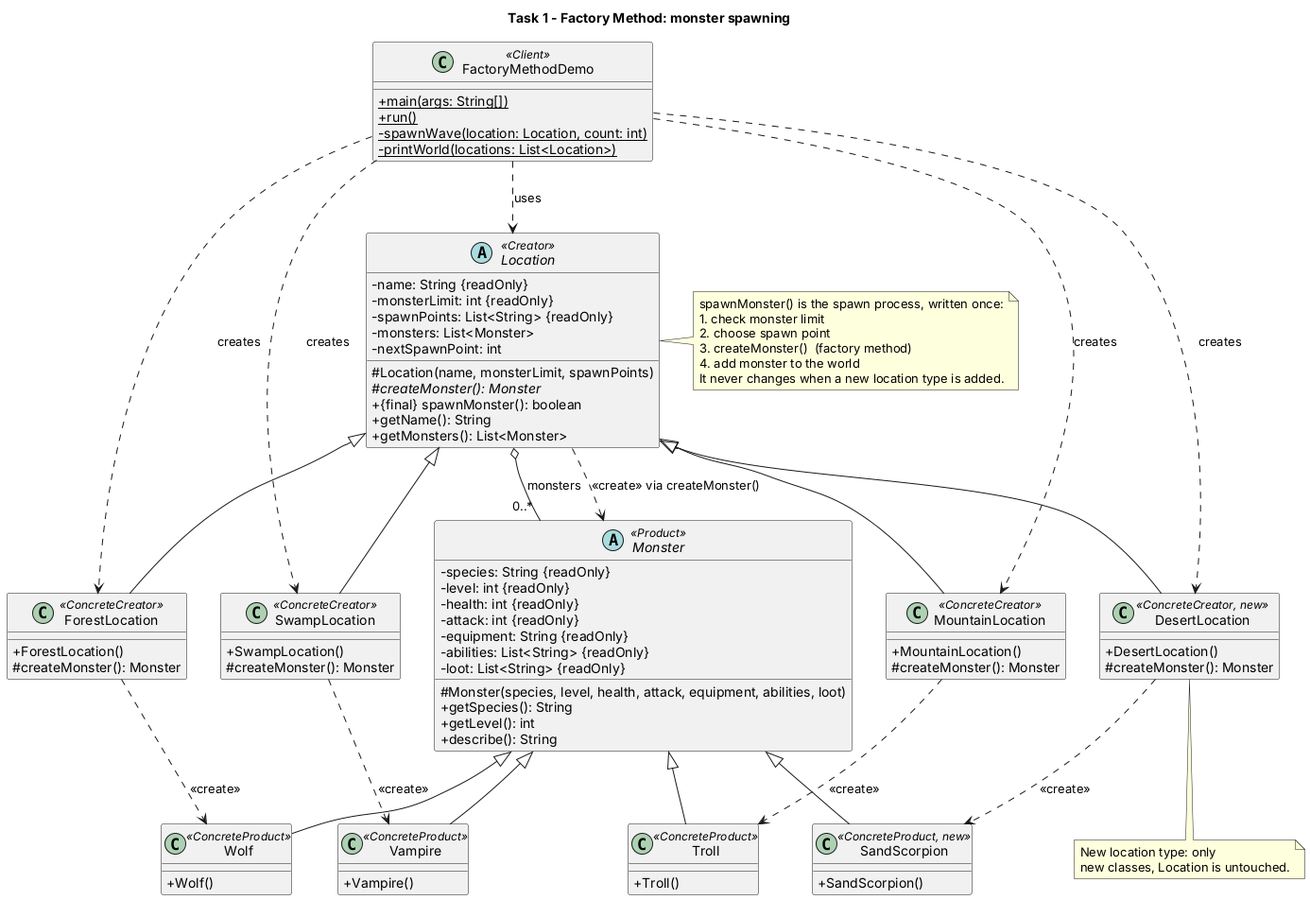
UlianaPostevka06/team_C-Java keeps this PlantUML diagram as Lab10/diagrams/task1_factory_method.png. Above is the earlier version. The source it was exported from:
```plantuml
@startuml task1_factory_method
title Task 1 - Factory Method: monster spawning
skinparam classAttributeIconSize 0
skinparam shadowing false

abstract class Location <<Creator>> {
  - name: String {readOnly}
  - monsterLimit: int {readOnly}
  - spawnPoints: List<String> {readOnly}
  - monsters: List<Monster>
  - nextSpawnPoint: int
  # Location(name, monsterLimit, spawnPoints)
  # {abstract} createMonster(): Monster
  + {final} spawnMonster(): boolean
  + getName(): String
  + getMonsters(): List<Monster>
}

class ForestLocation <<ConcreteCreator>> {
  + ForestLocation()
  # createMonster(): Monster
}

class SwampLocation <<ConcreteCreator>> {
  + SwampLocation()
  # createMonster(): Monster
}

class MountainLocation <<ConcreteCreator>> {
  + MountainLocation()
  # createMonster(): Monster
}

class DesertLocation <<ConcreteCreator, new>> {
  + DesertLocation()
  # createMonster(): Monster
}

abstract class Monster <<Product>> {
  - species: String {readOnly}
  - level: int {readOnly}
  - health: int {readOnly}
  - attack: int {readOnly}
  - equipment: String {readOnly}
  - abilities: List<String> {readOnly}
  - loot: List<String> {readOnly}
  # Monster(species, level, health, attack, equipment, abilities, loot)
  + getSpecies(): String
  + getLevel(): int
  + describe(): String
}

class Wolf <<ConcreteProduct>> {
  + Wolf()
}

class Vampire <<ConcreteProduct>> {
  + Vampire()
}

class Troll <<ConcreteProduct>> {
  + Troll()
}

class SandScorpion <<ConcreteProduct, new>> {
  + SandScorpion()
}

class FactoryMethodDemo <<Client>> {
  + {static} main(args: String[])
  + {static} run()
  - {static} spawnWave(location: Location, count: int)
  - {static} printWorld(locations: List<Location>)
}

Location <|-- ForestLocation
Location <|-- SwampLocation
Location <|-- MountainLocation
Location <|-- DesertLocation

Monster <|-- Wolf
Monster <|-- Vampire
Monster <|-- Troll
Monster <|-- SandScorpion

Location o-- "0..*" Monster : monsters
Location ..> Monster : <<create>> via createMonster()

ForestLocation ..> Wolf : <<create>>
SwampLocation ..> Vampire : <<create>>
MountainLocation ..> Troll : <<create>>
DesertLocation ..> SandScorpion : <<create>>

FactoryMethodDemo ..> Location : uses
FactoryMethodDemo ..> ForestLocation : creates
FactoryMethodDemo ..> SwampLocation : creates
FactoryMethodDemo ..> MountainLocation : creates
FactoryMethodDemo ..> DesertLocation : creates

note right of Location
  spawnMonster() is the spawn process, written once:
  1. check monster limit
  2. choose spawn point
  3. createMonster()  (factory method)
  4. add monster to the world
  It never changes when a new location type is added.
end note

note bottom of DesertLocation
  New location type: only
  new classes, Location is untouched.
end note
@enduml
```
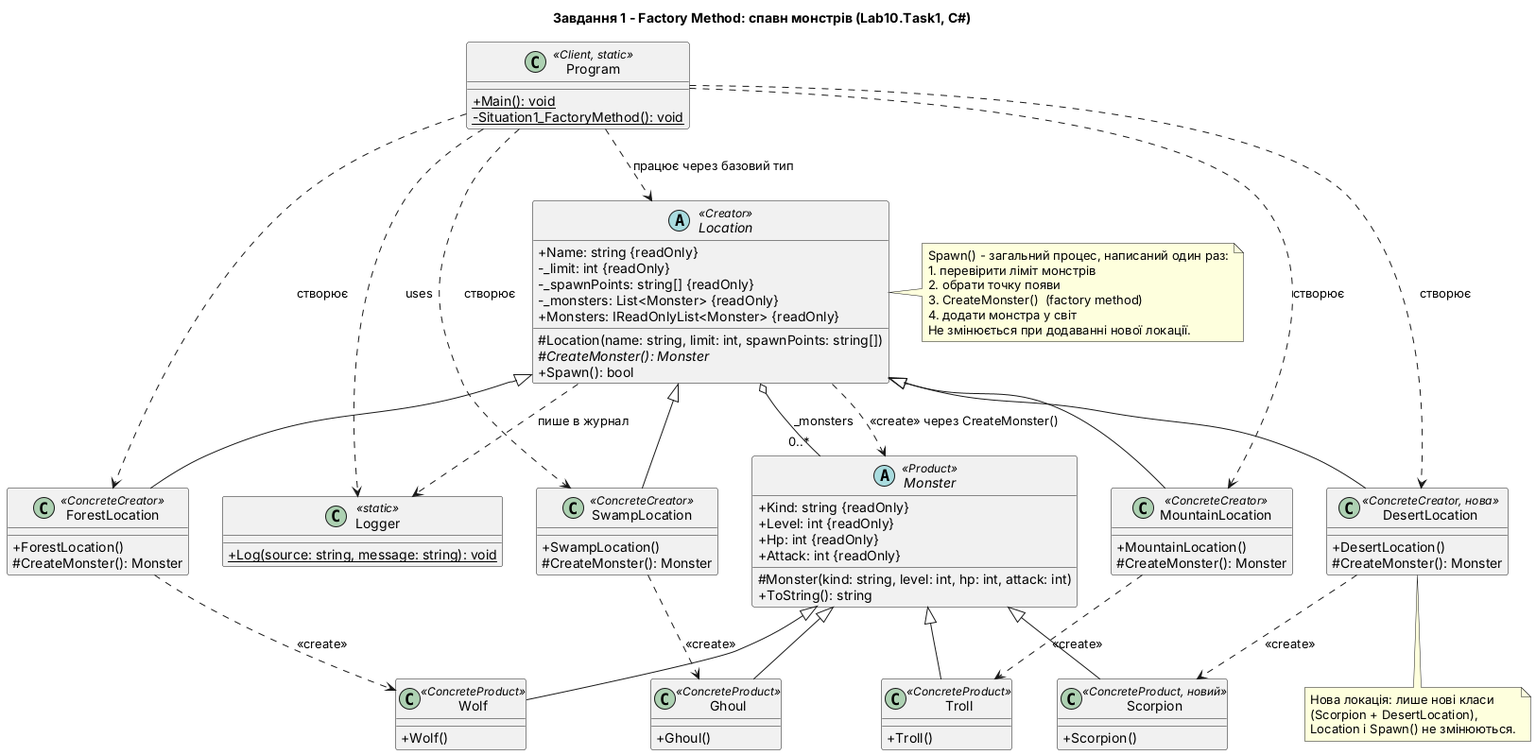
Later version of the same file.

Commit message:
update diagrams for lab10

What changed in the source:
```diff
@@ -1,76 +1,71 @@
-@startuml task1_factory_method
-title Task 1 - Factory Method: monster spawning
+@startuml task1_factory_method_cs
+title Завдання 1 - Factory Method: спавн монстрів (Lab10.Task1, C#)
 skinparam classAttributeIconSize 0
 skinparam shadowing false
 
+class Logger <<static>> {
+  + {static} Log(source: string, message: string): void
+}
+
 abstract class Location <<Creator>> {
-  - name: String {readOnly}
-  - monsterLimit: int {readOnly}
-  - spawnPoints: List<String> {readOnly}
-  - monsters: List<Monster>
-  - nextSpawnPoint: int
-  # Location(name, monsterLimit, spawnPoints)
-  # {abstract} createMonster(): Monster
-  + {final} spawnMonster(): boolean
-  + getName(): String
-  + getMonsters(): List<Monster>
+  + Name: string {readOnly}
+  - _limit: int {readOnly}
+  - _spawnPoints: string[] {readOnly}
+  - _monsters: List<Monster> {readOnly}
+  + Monsters: IReadOnlyList<Monster> {readOnly}
+  # Location(name: string, limit: int, spawnPoints: string[])
+  # {abstract} CreateMonster(): Monster
+  + Spawn(): bool
 }
 
 class ForestLocation <<ConcreteCreator>> {
   + ForestLocation()
-  # createMonster(): Monster
+  # CreateMonster(): Monster
 }
 
 class SwampLocation <<ConcreteCreator>> {
   + SwampLocation()
-  # createMonster(): Monster
+  # CreateMonster(): Monster
 }
 
 class MountainLocation <<ConcreteCreator>> {
   + MountainLocation()
-  # createMonster(): Monster
+  # CreateMonster(): Monster
 }
 
-class DesertLocation <<ConcreteCreator, new>> {
+class DesertLocation <<ConcreteCreator, нова>> {
   + DesertLocation()
-  # createMonster(): Monster
+  # CreateMonster(): Monster
 }
 
 abstract class Monster <<Product>> {
-  - species: String {readOnly}
-  - level: int {readOnly}
-  - health: int {readOnly}
-  - attack: int {readOnly}
-  - equipment: String {readOnly}
-  - abilities: List<String> {readOnly}
-  - loot: List<String> {readOnly}
-  # Monster(species, level, health, attack, equipment, abilities, loot)
-  + getSpecies(): String
-  + getLevel(): int
-  + describe(): String
+  + Kind: string {readOnly}
+  + Level: int {readOnly}
+  + Hp: int {readOnly}
+  + Attack: int {readOnly}
+  # Monster(kind: string, level: int, hp: int, attack: int)
+  + ToString(): string
 }
 
 class Wolf <<ConcreteProduct>> {
   + Wolf()
 }
 
-class Vampire <<ConcreteProduct>> {
-  + Vampire()
+class Ghoul <<ConcreteProduct>> {
+  + Ghoul()
 }
 
 class Troll <<ConcreteProduct>> {
   + Troll()
 }
 
-class SandScorpion <<ConcreteProduct, new>> {
-  + SandScorpion()
+class Scorpion <<ConcreteProduct, новий>> {
+  + Scorpion()
 }
 
-class FactoryMethodDemo <<Client>> {
-  + {static} main(args: String[])
-  + {static} run()
-  - {static} spawnWave(location: Location, count: int)
-  - {static} printWorld(locations: List<Location>)
+class Program <<Client, static>> {
+  + {static} Main(): void
+  - {static} Situation1_FactoryMethod(): void
 }
 
 Location <|-- ForestLocation
@@ -79,35 +74,38 @@
 Location <|-- DesertLocation
 
 Monster <|-- Wolf
-Monster <|-- Vampire
+Monster <|-- Ghoul
 Monster <|-- Troll
-Monster <|-- SandScorpion
+Monster <|-- Scorpion
 
-Location o-- "0..*" Monster : monsters
-Location ..> Monster : <<create>> via createMonster()
+Location o-- "0..*" Monster : _monsters
+Location ..> Monster : <<create>> через CreateMonster()
+Location ..> Logger : пише в журнал
 
 ForestLocation ..> Wolf : <<create>>
-SwampLocation ..> Vampire : <<create>>
+SwampLocation ..> Ghoul : <<create>>
 MountainLocation ..> Troll : <<create>>
-DesertLocation ..> SandScorpion : <<create>>
+DesertLocation ..> Scorpion : <<create>>
 
-FactoryMethodDemo ..> Location : uses
-FactoryMethodDemo ..> ForestLocation : creates
-FactoryMethodDemo ..> SwampLocation : creates
-FactoryMethodDemo ..> MountainLocation : creates
-FactoryMethodDemo ..> DesertLocation : creates
+Program ..> Location : працює через базовий тип
+Program ..> ForestLocation : створює
+Program ..> SwampLocation : створює
+Program ..> MountainLocation : створює
+Program ..> DesertLocation : створює
+Program ..> Logger : uses
 
 note right of Location
-  spawnMonster() is the spawn process, written once:
-  1. check monster limit
-  2. choose spawn point
-  3. createMonster()  (factory method)
-  4. add monster to the world
-  It never changes when a new location type is added.
+  Spawn() - загальний процес, написаний один раз:
+  1. перевірити ліміт монстрів
+  2. обрати точку появи
+  3. CreateMonster()  (factory method)
+  4. додати монстра у світ
+  Не змінюється при додаванні нової локації.
 end note
 
 note bottom of DesertLocation
-  New location type: only
-  new classes, Location is untouched.
+  Нова локація: лише нові класи
+  (Scorpion + DesertLocation),
+  Location і Spawn() не змінюються.
 end note
 @enduml
```
